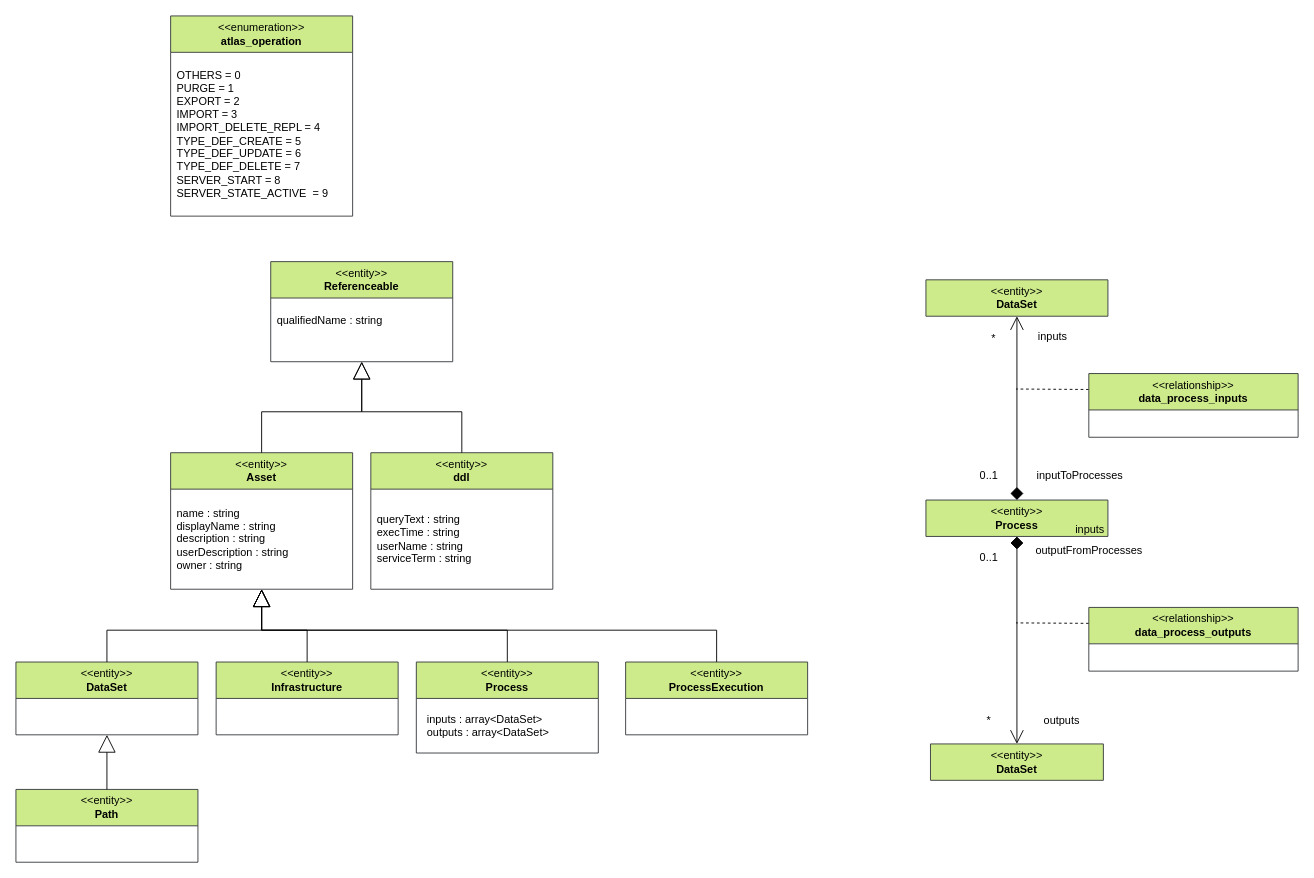
Before: page "0000 - Base Model" (1 of 6) of open-metadata-implementation/adapters/open-connectors/integration-connectors/atlas-integration-connector/docs/atlas-types.drawio in odpi/egeria, a draw.io diagram. Source tidied: cells renumbered, new cells numbered last; positions are measured from the earlier drawing's top-left corner, leaving out a move shared by most shapes. Both pictures are drawn from the tidied source at 91%, with x=0, y=0 at pixel (15, 15).
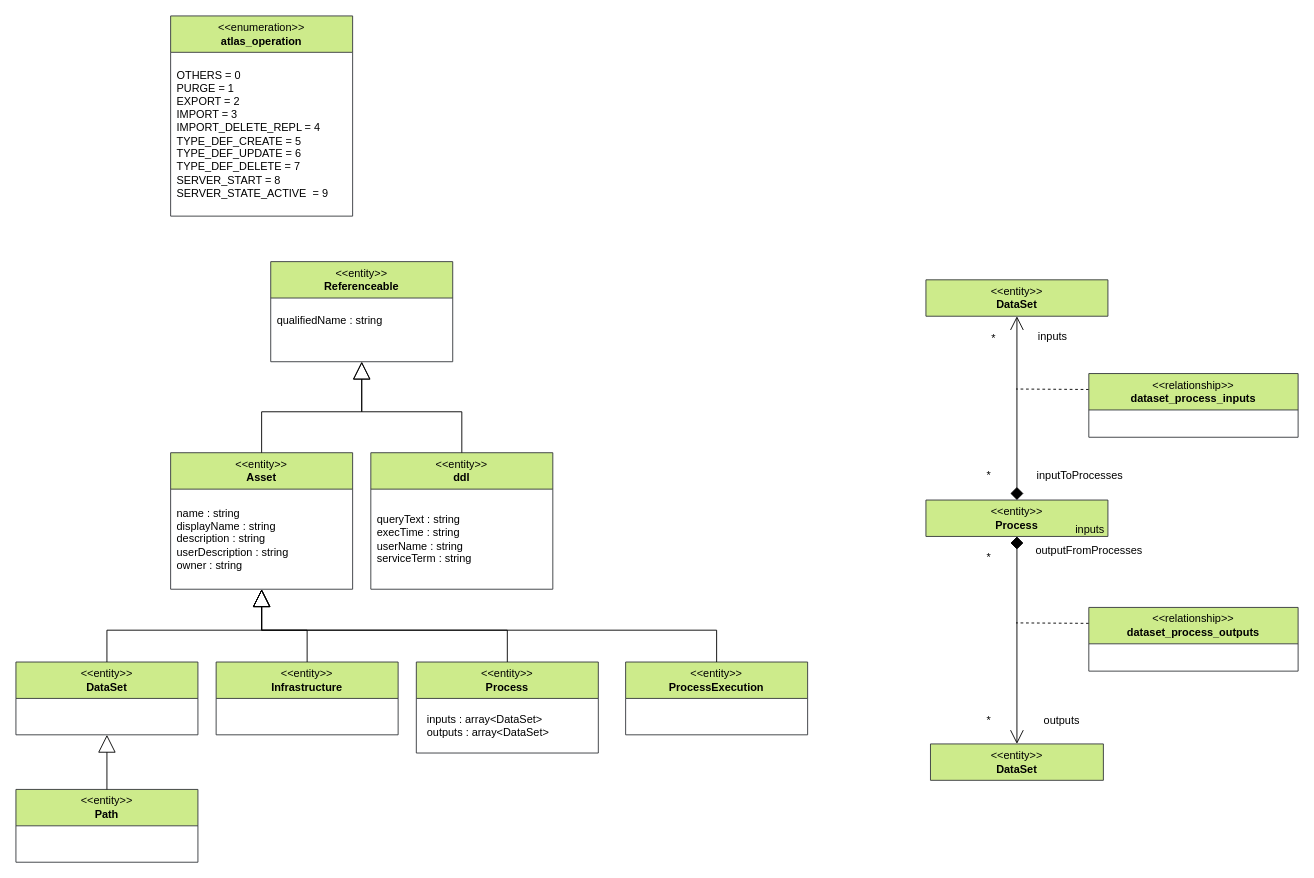
After the change.

Diff of the diagram source:
```diff
@@
-    <mxCell id="25" value="&lt;span style=&quot;font-weight: normal;&quot;&gt;&amp;lt;&amp;lt;relationship&amp;gt;&amp;gt;&lt;br&gt;&lt;/span&gt;data_process_outputs" style="swimlane;whiteSpace=wrap;html=1;startSize=40;fillColor=#cdeb8b;strokeColor=#36393d;" parent="1" vertex="1">
+    <mxCell id="25" value="&lt;span style=&quot;font-weight: normal;&quot;&gt;&amp;lt;&amp;lt;relationship&amp;gt;&amp;gt;&lt;br&gt;&lt;/span&gt;dataset_process_outputs" style="swimlane;whiteSpace=wrap;html=1;startSize=40;fillColor=#cdeb8b;strokeColor=#36393d;" parent="1" vertex="1">
       <mxGeometry x="1179" y="650" width="230" height="70" as="geometry" />
     </mxCell>
@@
-    <mxCell id="27" value="0..1" style="text;html=1;align=center;verticalAlign=middle;strokeColor=none;fillColor=none;" parent="1" vertex="1">
-      <mxGeometry x="1049" y="580" width="40" height="30" as="geometry" />
+    <mxCell id="27" value="*" style="text;html=1;align=center;verticalAlign=middle;strokeColor=none;fillColor=none;" parent="1" vertex="1">
+      <mxGeometry x="1054" y="580" width="30" height="30" as="geometry" />
     </mxCell>
@@
-    <mxCell id="35" value="&lt;span style=&quot;font-weight: normal;&quot;&gt;&amp;lt;&amp;lt;relationship&amp;gt;&amp;gt;&lt;br&gt;&lt;/span&gt;data_process_inputs" style="swimlane;whiteSpace=wrap;html=1;startSize=40;fillColor=#cdeb8b;strokeColor=#36393d;" parent="1" vertex="1">
+    <mxCell id="35" value="&lt;span style=&quot;font-weight: normal;&quot;&gt;&amp;lt;&amp;lt;relationship&amp;gt;&amp;gt;&lt;br&gt;&lt;/span&gt;dataset_process_inputs" style="swimlane;whiteSpace=wrap;html=1;startSize=40;fillColor=#cdeb8b;strokeColor=#36393d;" parent="1" vertex="1">
       <mxGeometry x="1179" y="393" width="230" height="70" as="geometry" />
     </mxCell>
@@
-    <mxCell id="37" value="0..1" style="text;html=1;align=center;verticalAlign=middle;strokeColor=none;fillColor=none;" parent="1" vertex="1">
-      <mxGeometry x="1049" y="490" width="40" height="30" as="geometry" />
+    <mxCell id="37" value="*" style="text;html=1;align=center;verticalAlign=middle;strokeColor=none;fillColor=none;" parent="1" vertex="1">
+      <mxGeometry x="1054" y="490" width="30" height="30" as="geometry" />
     </mxCell>
```
